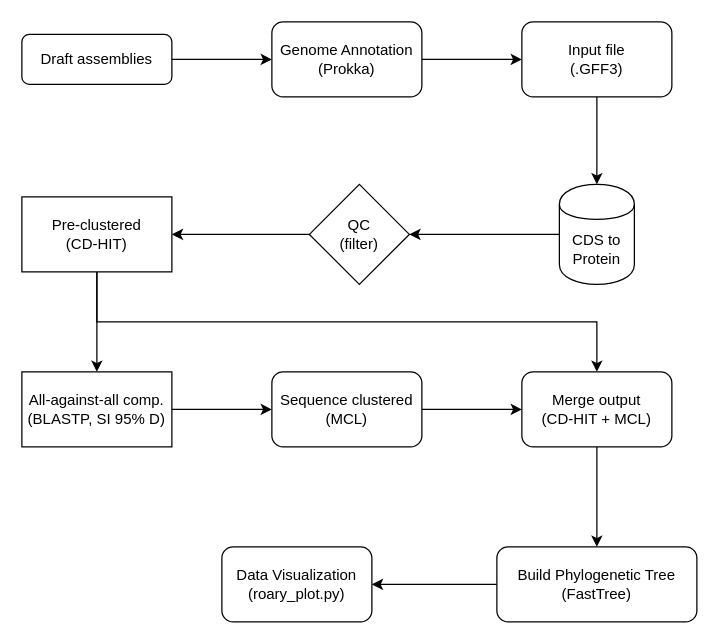
Julio92-C/Bioinformatic_tools_examples keeps this draw.io diagram as Roary_workflow.drawio. Above is the earlier version. Source tidied: cells renumbered, new cells numbered last; positions are measured from the earlier drawing's top-left corner, leaving out a move shared by most shapes. Both pictures are drawn from the tidied source at 125%, with x=0, y=0 at pixel (21, 21).
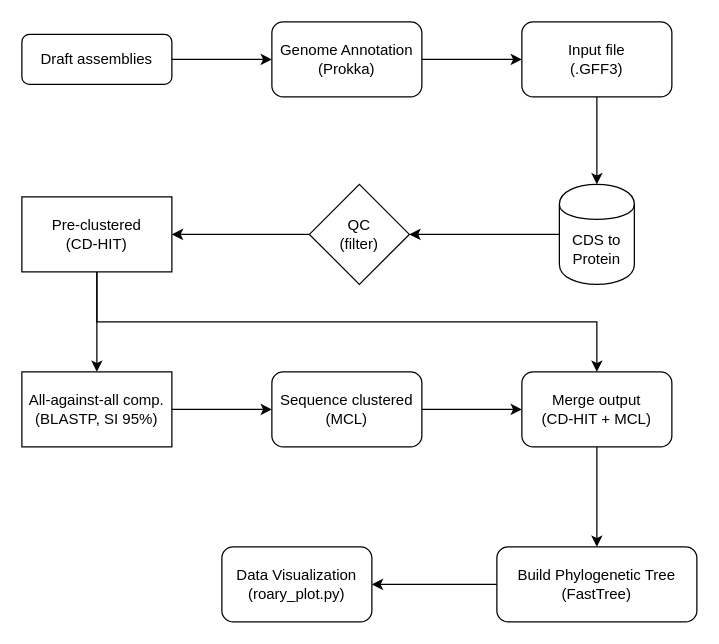
Above is the later version.

Change to the diagram source:
```diff
@@
-    <mxCell id="16" value="All-against-all comp. (BLASTP, SI 95% D)" style="whiteSpace=wrap;html=1;" parent="1" vertex="1">
+    <mxCell id="16" value="All-against-all comp. (BLASTP, SI 95%)" style="whiteSpace=wrap;html=1;" parent="1" vertex="1">
       <mxGeometry y="280" width="120" height="60" as="geometry" />
     </mxCell>
```
